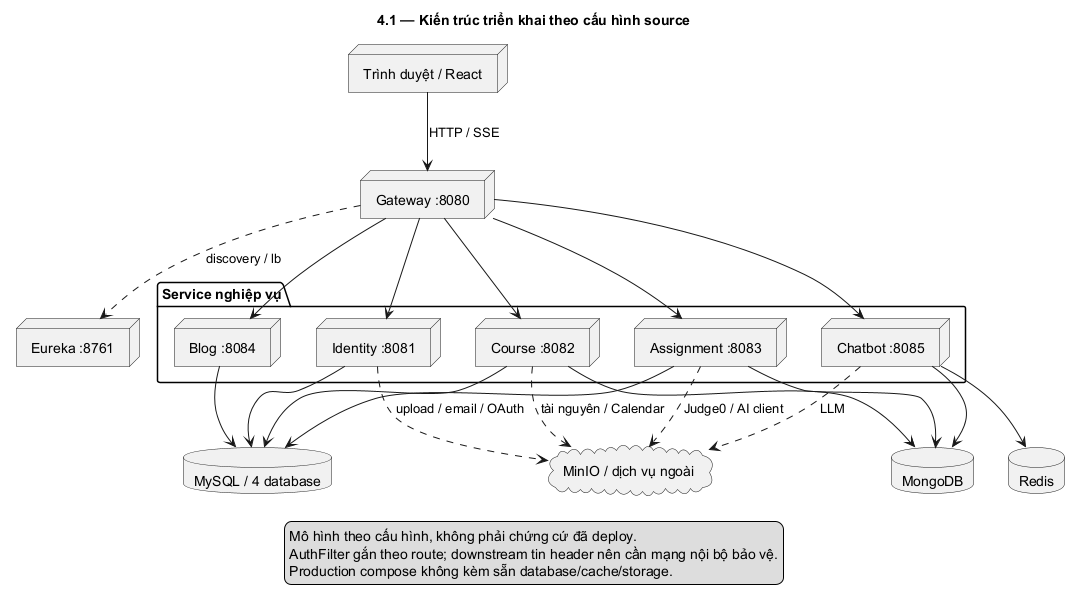
Before: docs/diagrams/plantuml/Hình_4.1__Kiến_trúc_triển_khai_theo_cấu_hình_source.png, a diagram exported from PlantUML (nguyenminhtri15022006-art/LMS).
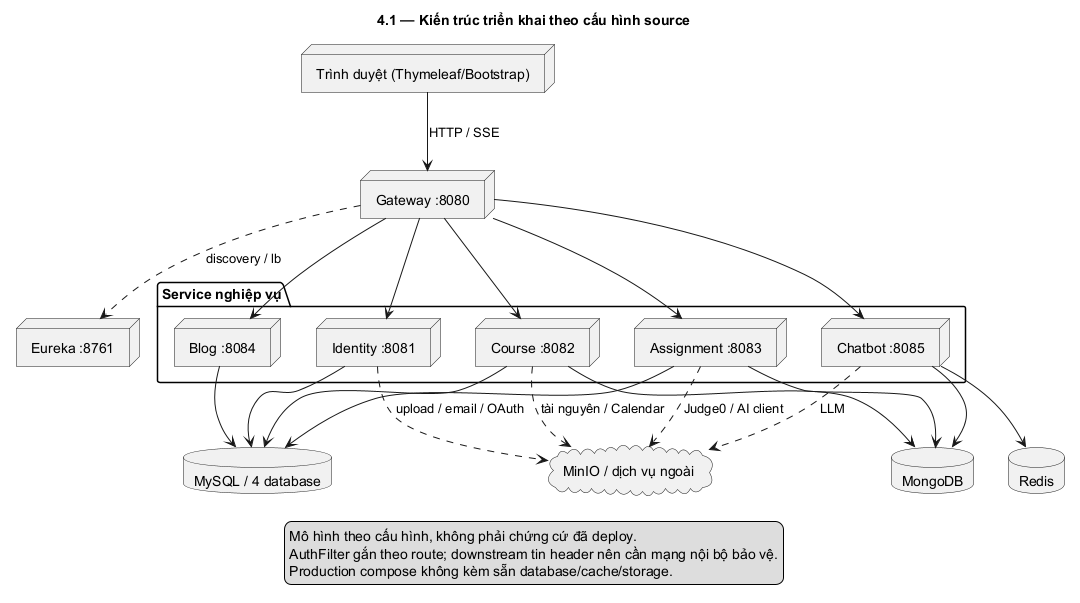
The same diagram one commit later.

What changed in the source:
```diff
@@ -4,7 +4,7 @@
 hide footbox
 title 4.1 — Kiến trúc triển khai theo cấu hình source
 top to bottom direction
-node "Trình duyệt / React" as F
+node "Trình duyệt (Thymeleaf/Bootstrap)" as F
 node "Gateway :8080" as G
 node "Eureka :8761" as E
 package "Service nghiệp vụ" {
```
